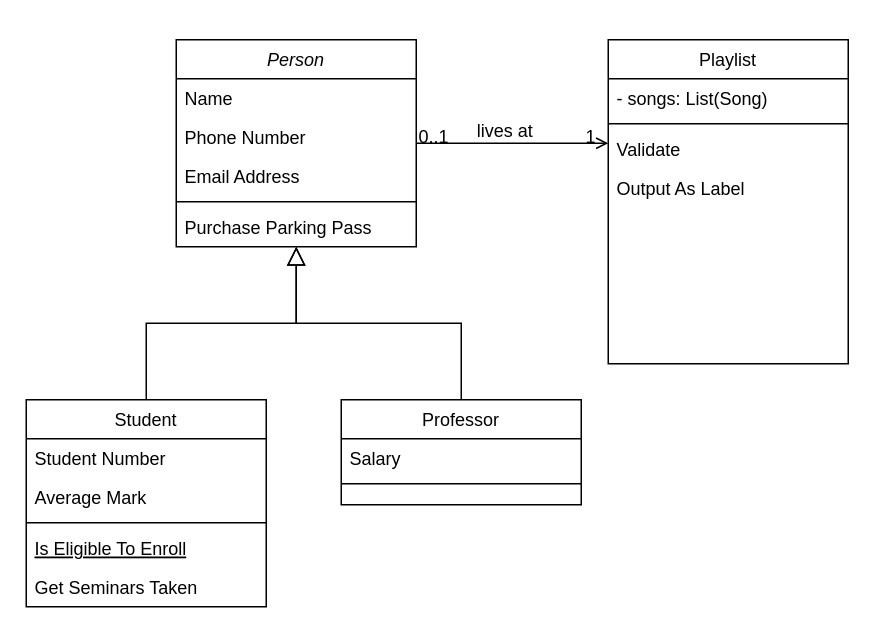
The draw.io diagram Untitled Diagram.drawio in TeenI126/CSC207DuckGum, before the edit. Source tidied: cells renumbered, new cells numbered last; positions are measured from the earlier drawing's top-left corner, leaving out a move shared by most shapes. Both pictures are drawn from the tidied source at 150%, with x=0, y=0 at pixel (26, 39).
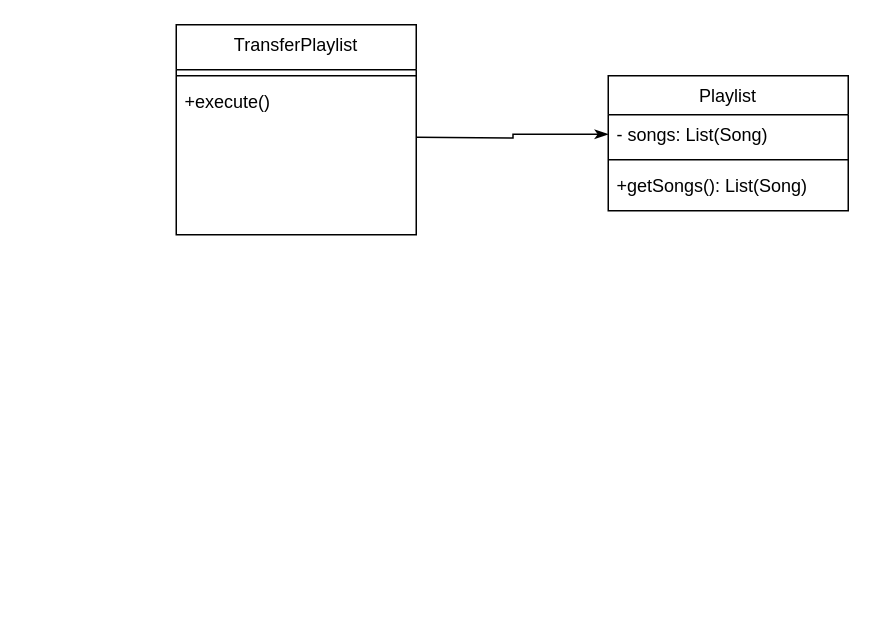
Above is the later version.

Unchanged cells that the change refers to:
```xml
<mxCell id="20" value="- songs: List(Song)" style="text;align=left;verticalAlign=top;spacingLeft=4;spacingRight=4;overflow=hidden;points=[[0,0.5],[1,0.5]];portConstraint=eastwest;" parent="19" vertex="1">
  <mxGeometry y="26" width="160" height="26" as="geometry" />
</mxCell>
```

What changed in the source:
```diff
@@
-    <mxCell id="2" value="Person" style="swimlane;fontStyle=2;align=center;verticalAlign=top;horizontal=1;startSize=26;rounded=0;shadow=0;strokeWidth=1;" parent="1" vertex="1">
-      <mxGeometry x="100" width="160" height="138" as="geometry" />
+    <mxCell id="2" value="TransferPlaylist" style="swimlane;fontStyle=0;align=center;verticalAlign=top;horizontal=1;startSize=30;rounded=0;shadow=0;strokeWidth=1;" parent="1" vertex="1">
+      <mxGeometry x="100" y="-10" width="160" height="140" as="geometry" />
     </mxCell>
-    <mxCell id="3" value="Name" style="text;align=left;verticalAlign=top;spacingLeft=4;spacingRight=4;overflow=hidden;" parent="2" vertex="1">
-      <mxGeometry y="26" width="160" height="26" as="geometry" />
-    </mxCell>
-    <mxCell id="4" value="Phone Number" style="text;align=left;verticalAlign=top;spacingLeft=4;spacingRight=4;overflow=hidden;rounded=0;shadow=0;html=0;" parent="2" vertex="1">
-      <mxGeometry y="52" width="160" height="26" as="geometry" />
-    </mxCell>
-    <mxCell id="5" value="Email Address" style="text;align=left;verticalAlign=top;spacingLeft=4;spacingRight=4;overflow=hidden;rounded=0;shadow=0;html=0;" parent="2" vertex="1">
-      <mxGeometry y="78" width="160" height="26" as="geometry" />
-    </mxCell>
     <mxCell id="6" style="line;html=1;strokeWidth=1;align=left;verticalAlign=middle;spacingTop=-1;spacingLeft=3;spacingRight=3;labelPosition=right;" parent="2" vertex="1">
-      <mxGeometry y="104" width="160" height="8" as="geometry" />
+      <mxGeometry y="30" width="160" height="8" as="geometry" />
     </mxCell>
-    <mxCell id="7" value="Purchase Parking Pass" style="text;align=left;verticalAlign=top;spacingLeft=4;spacingRight=4;overflow=hidden;" parent="2" vertex="1">
-      <mxGeometry y="112" width="160" height="26" as="geometry" />
+    <mxCell id="7" value="+execute()" style="text;align=left;verticalAlign=top;spacingLeft=4;spacingRight=4;overflow=hidden;" parent="2" vertex="1">
+      <mxGeometry y="38" width="160" height="26" as="geometry" />
     </mxCell>
-    <mxCell id="8" value="Student" style="swimlane;fontStyle=0;align=center;verticalAlign=top;horizontal=1;startSize=26;rounded=0;shadow=0;strokeWidth=1;" parent="1" vertex="1">
-      <mxGeometry y="240" width="160" height="138" as="geometry" />
-    </mxCell>
-    <mxCell id="9" value="Student Number" style="text;align=left;verticalAlign=top;spacingLeft=4;spacingRight=4;overflow=hidden;" parent="8" vertex="1">
-      <mxGeometry y="26" width="160" height="26" as="geometry" />
-    </mxCell>
-    <mxCell id="10" value="Average Mark" style="text;align=left;verticalAlign=top;spacingLeft=4;spacingRight=4;overflow=hidden;rounded=0;shadow=0;html=0;" parent="8" vertex="1">
-      <mxGeometry y="52" width="160" height="26" as="geometry" />
-    </mxCell>
-    <mxCell id="11" style="line;html=1;strokeWidth=1;align=left;verticalAlign=middle;spacingTop=-1;spacingLeft=3;spacingRight=3;labelPosition=right;" parent="8" vertex="1">
-      <mxGeometry y="78" width="160" height="8" as="geometry" />
-    </mxCell>
-    <mxCell id="12" value="Is Eligible To Enroll" style="text;align=left;verticalAlign=top;spacingLeft=4;spacingRight=4;overflow=hidden;fontStyle=4;" parent="8" vertex="1">
-      <mxGeometry y="86" width="160" height="26" as="geometry" />
-    </mxCell>
-    <mxCell id="13" value="Get Seminars Taken" style="text;align=left;verticalAlign=top;spacingLeft=4;spacingRight=4;overflow=hidden;" parent="8" vertex="1">
-      <mxGeometry y="112" width="160" height="26" as="geometry" />
-    </mxCell>
-    <mxCell id="14" style="endArrow=block;endSize=10;endFill=0;shadow=0;strokeWidth=1;rounded=0;edgeStyle=elbowEdgeStyle;elbow=vertical;" parent="1" edge="1" source="8" target="2">
-      <mxGeometry relative="1" as="geometry" />
-    </mxCell>
-    <mxCell id="15" value="Professor" style="swimlane;fontStyle=0;align=center;verticalAlign=top;horizontal=1;startSize=26;rounded=0;shadow=0;strokeWidth=1;" parent="1" vertex="1">
-      <mxGeometry x="210" y="240" width="160" height="70" as="geometry" />
-    </mxCell>
-    <mxCell id="16" value="Salary" style="text;align=left;verticalAlign=top;spacingLeft=4;spacingRight=4;overflow=hidden;" parent="15" vertex="1">
-      <mxGeometry y="26" width="160" height="26" as="geometry" />
-    </mxCell>
-    <mxCell id="17" style="line;html=1;strokeWidth=1;align=left;verticalAlign=middle;spacingTop=-1;spacingLeft=3;spacingRight=3;labelPosition=right;" parent="15" vertex="1">
-      <mxGeometry y="52" width="160" height="8" as="geometry" />
-    </mxCell>
-    <mxCell id="18" style="endArrow=block;endSize=10;endFill=0;shadow=0;strokeWidth=1;rounded=0;edgeStyle=elbowEdgeStyle;elbow=vertical;" parent="1" edge="1" source="15" target="2">
-      <mxGeometry relative="1" as="geometry" />
-    </mxCell>
     <mxCell id="19" value="Playlist" style="swimlane;fontStyle=0;align=center;verticalAlign=top;horizontal=1;startSize=26;rounded=0;shadow=0;strokeWidth=1;" parent="1" vertex="1">
-      <mxGeometry x="388" width="160" height="216" as="geometry" />
+      <mxGeometry x="388" y="24" width="160" height="90" as="geometry" />
     </mxCell>
@@
-    <mxCell id="22" value="Validate" style="text;align=left;verticalAlign=top;spacingLeft=4;spacingRight=4;overflow=hidden;" parent="19" vertex="1">
+    <mxCell id="22" value="+getSongs(): List(Song)" style="text;align=left;verticalAlign=top;spacingLeft=4;spacingRight=4;overflow=hidden;" parent="19" vertex="1">
       <mxGeometry y="60" width="160" height="26" as="geometry" />
     </mxCell>
-    <mxCell id="23" value="Output As Label" style="text;align=left;verticalAlign=top;spacingLeft=4;spacingRight=4;overflow=hidden;" parent="19" vertex="1">
-      <mxGeometry y="86" width="160" height="26" as="geometry" />
-    </mxCell>
-    <mxCell id="24" style="endArrow=open;shadow=0;strokeWidth=1;rounded=0;endFill=1;edgeStyle=elbowEdgeStyle;elbow=vertical;" parent="1" edge="1" source="2" target="19">
-      <mxGeometry x="0.5" y="41" relative="1" as="geometry">
-        <mxPoint x="-40" y="32" as="offset" />
-      </mxGeometry>
-    </mxCell>
-    <mxCell id="25" value="0..1" style="align=left;verticalAlign=bottom;labelBackgroundColor=none;fontSize=12;" parent="24" vertex="1">
-      <mxGeometry x="-1" relative="1" as="geometry">
-        <mxPoint y="4" as="offset" />
-      </mxGeometry>
-    </mxCell>
-    <mxCell id="26" value="1" style="align=right;verticalAlign=bottom;labelBackgroundColor=none;fontSize=12;" parent="24" vertex="1">
-      <mxGeometry x="1" relative="1" as="geometry">
-        <mxPoint x="-7" y="4" as="offset" />
-      </mxGeometry>
-    </mxCell>
-    <mxCell id="27" value="lives at" style="text;html=1;align=center;verticalAlign=middle;labelBackgroundColor=none;rounded=0;shadow=0;strokeWidth=1;fontSize=12;" parent="24" vertex="1">
-      <mxGeometry x="0.5" y="49" relative="1" as="geometry">
-        <mxPoint x="-38" y="40" as="offset" />
-      </mxGeometry>
-    </mxCell>
+    <mxCell id="28" style="edgeStyle=orthogonalEdgeStyle;rounded=0;jettySize=auto;html=1;exitX=1;exitY=0.5;exitDx=0;exitDy=0;entryX=0;entryY=0.5;entryDx=0;entryDy=0;endArrow=classicThin;endFill=1;" parent="1" edge="1" target="20">
+      <mxGeometry relative="1" as="geometry">
+        <mxPoint x="260" y="65" as="sourcePoint" />
+      </mxGeometry>
+    </mxCell>
```
